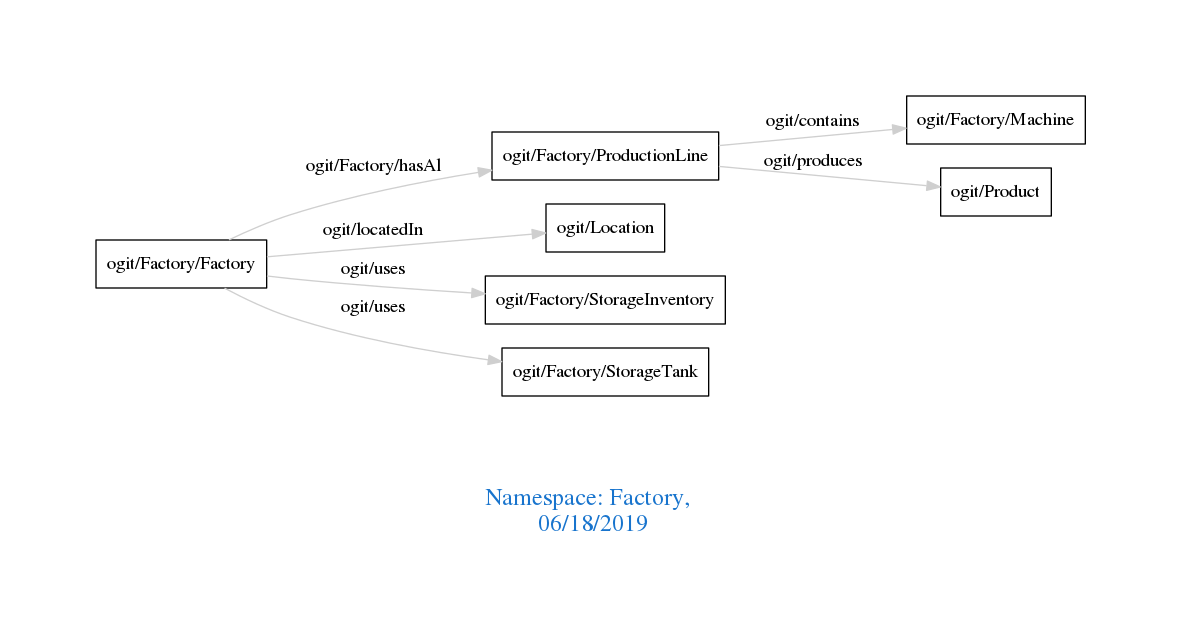
arago/OGIT keeps this Graphviz diagram as downloads/Factory.png. Above is the earlier version. Its source is kept beside it as downloads/Factory.dot.
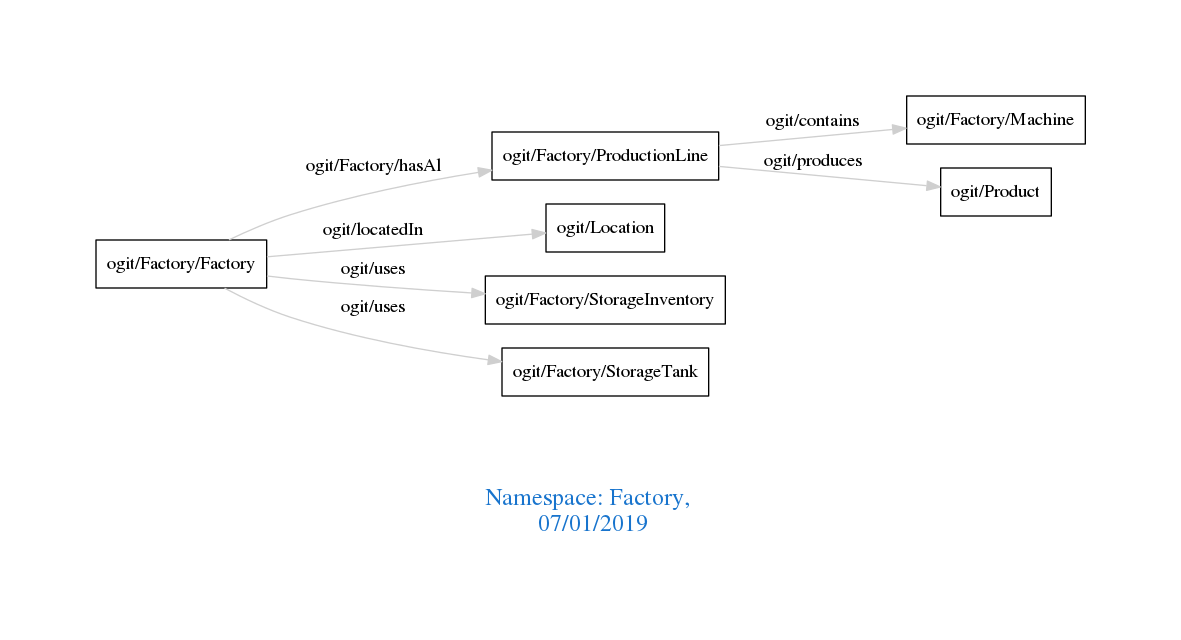
After the commit.

Change to the diagram source:
```diff
@@ -1,7 +1,7 @@
 digraph OGIT_ontology {
  graph [ rankdir= LR,pad=1
 fontsize = 18,
-fontcolor= dodgerblue3,label = "\n\n\nNamespace: Factory, \n 06/18/2019"];
+fontcolor= dodgerblue3,label = "\n\n\nNamespace: Factory, \n 07/01/2019"];
 node[shape=polygon];
 edge [  color="gray81"];
 
```
